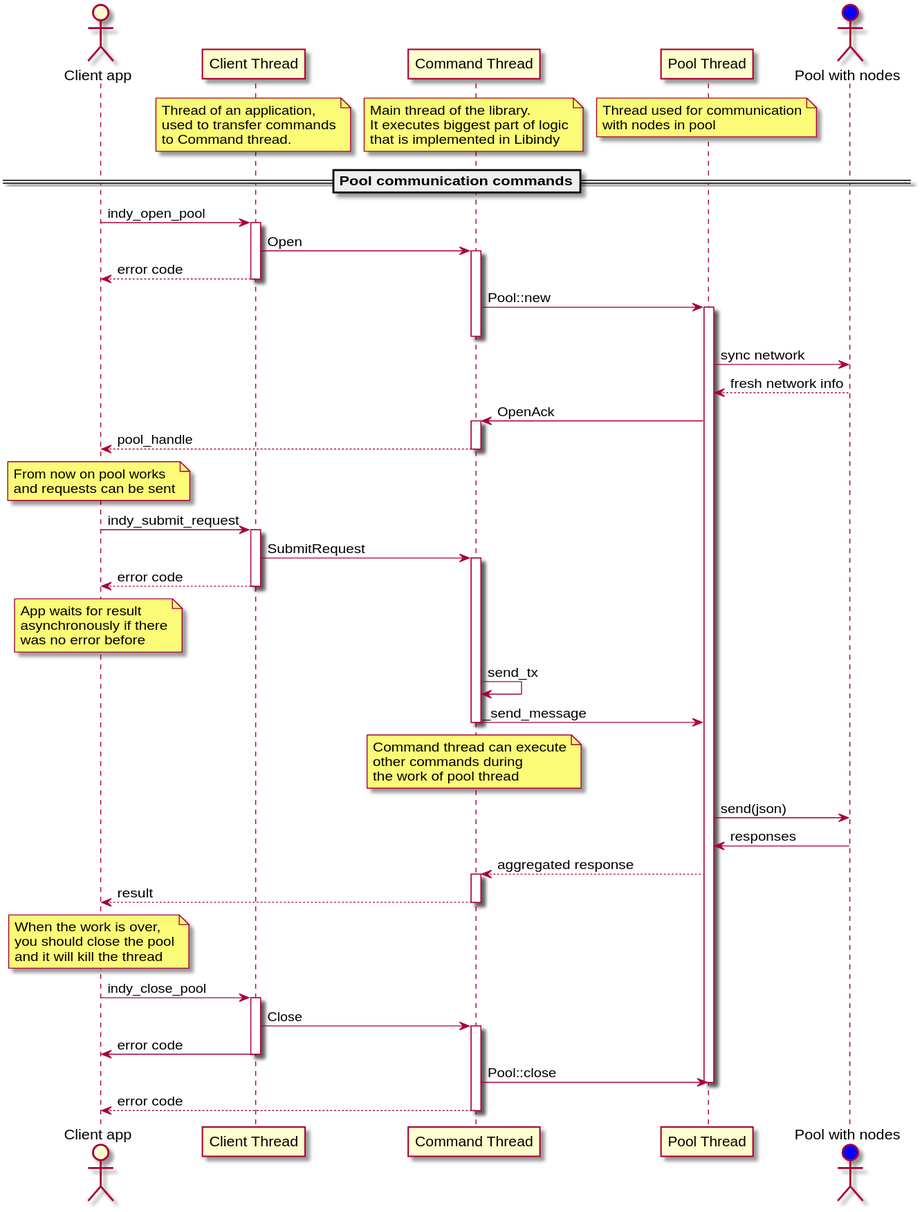
Earlier version of the PlantUML export docs/architecture/pool_communication_threading.svg (hyperledger-archives/indy-sdk). Source of this version:
```plantuml
@startuml
actor "Client app" as App
participant "Client Thread" as Client
note over Client
    Thread of an application,
    used to transfer commands
    to Command thread.
end note
participant "Command Thread" as Command
/ note over Command
    Main thread of the library.
    It executes biggest part of logic
    that is implemented in Libindy
end note
participant "Pool Thread" as Pool
/ note over Pool
    Thread used for communication
    with nodes in pool
end note
actor "Pool with nodes" as Nodes #blue
==Pool communication commands==
App -> Client: indy_open_pool
activate Client
Client -> Command: Open
activate Command
Client --> App: error code
deactivate Client
Command -> Pool: Pool::new
activate Pool
deactivate Command
Pool -> Nodes: sync network
Nodes --> Pool: fresh network info
Pool -> Command: OpenAck
activate Command
Command --> App: pool_handle
deactivate Command

note over App
    From now on pool works
    and requests can be sent
end note

App -> Client: indy_submit_request
activate Client
Client -> Command: SubmitRequest
activate Command
Client --> App: error code
deactivate Client

note over App
    App waits for result
    asynchronously if there
    was no error before
end note
Command -> Command: send_tx
Command -> Pool: _send_message
note over Command
    Command thread can execute
    other commands during
    the work of pool thread
end note
deactivate Command
Pool -> Nodes: send(json)
Nodes -> Pool: responses
Pool --> Command: aggregated response
activate Command
Command --> App: result
deactivate Command

note over App
    When the work is over,
    you should close the pool
    and it will kill the thread
end note

App -> Client: indy_close_pool
activate Client
Client -> Command: Close
activate Command
Client -> App: error code
deactivate Client
Command -> Pool: Pool::close
deactivate Pool
Command --> App: error code
deactivate Command
@enduml
```
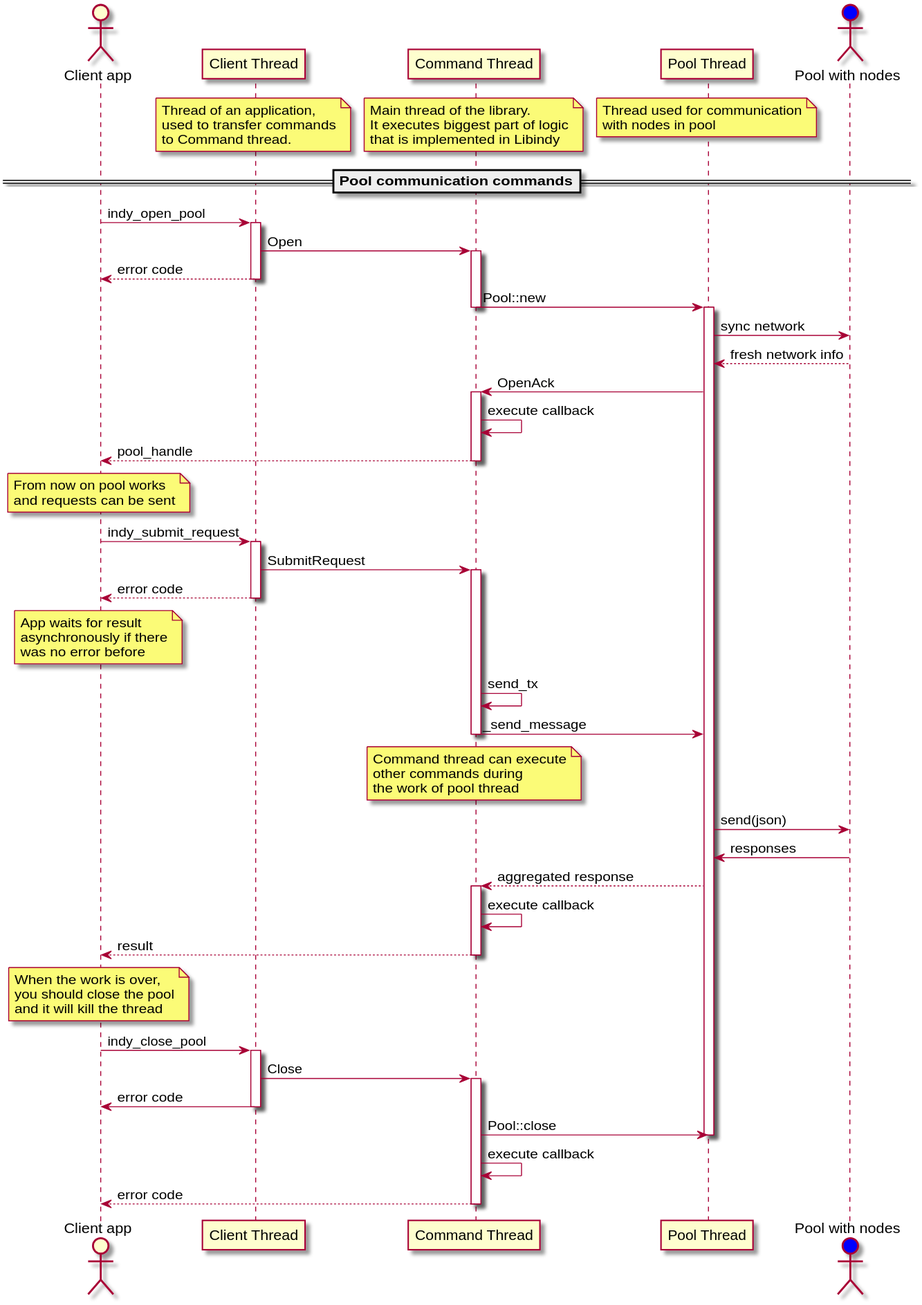
Later version of the same file.

Change to the diagram source:
```diff
@@ -26,12 +26,13 @@
 Client --> App: error code
 deactivate Client
 Command -> Pool: Pool::new
+deactivate Command
 activate Pool
-deactivate Command
 Pool -> Nodes: sync network
 Nodes --> Pool: fresh network info
 Pool -> Command: OpenAck
 activate Command
+Command -> Command: execute callback
 Command --> App: pool_handle
 deactivate Command
 
@@ -64,6 +65,7 @@
 Nodes -> Pool: responses
 Pool --> Command: aggregated response
 activate Command
+Command -> Command: execute callback
 Command --> App: result
 deactivate Command
 
@@ -81,6 +83,7 @@
 deactivate Client
 Command -> Pool: Pool::close
 deactivate Pool
+Command -> Command: execute callback
 Command --> App: error code
 deactivate Command
 @enduml
```
